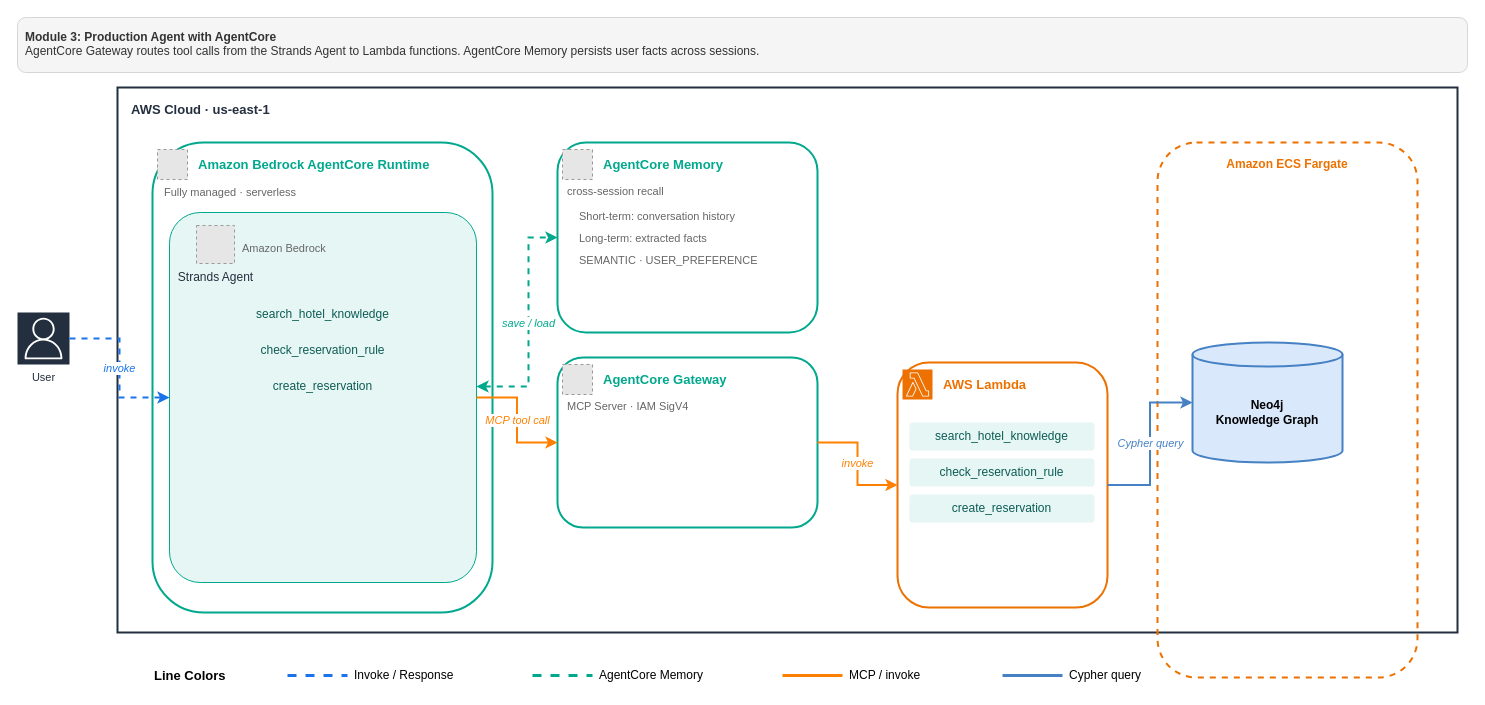
Earlier version of the draw.io diagram static/images/03-agentcore-architecture.drawio (neo4j-partners/neo4j-aws-graphrag-workshop). Source tidied: cells renumbered, new cells numbered last; positions are measured from the earlier drawing's top-left corner, leaving out a move shared by most shapes. Both pictures are drawn from the tidied source at 100%, with x=0, y=0 at pixel (17, 17). Pictures stored in the file or linked from it are replaced by grey dashed boxes.
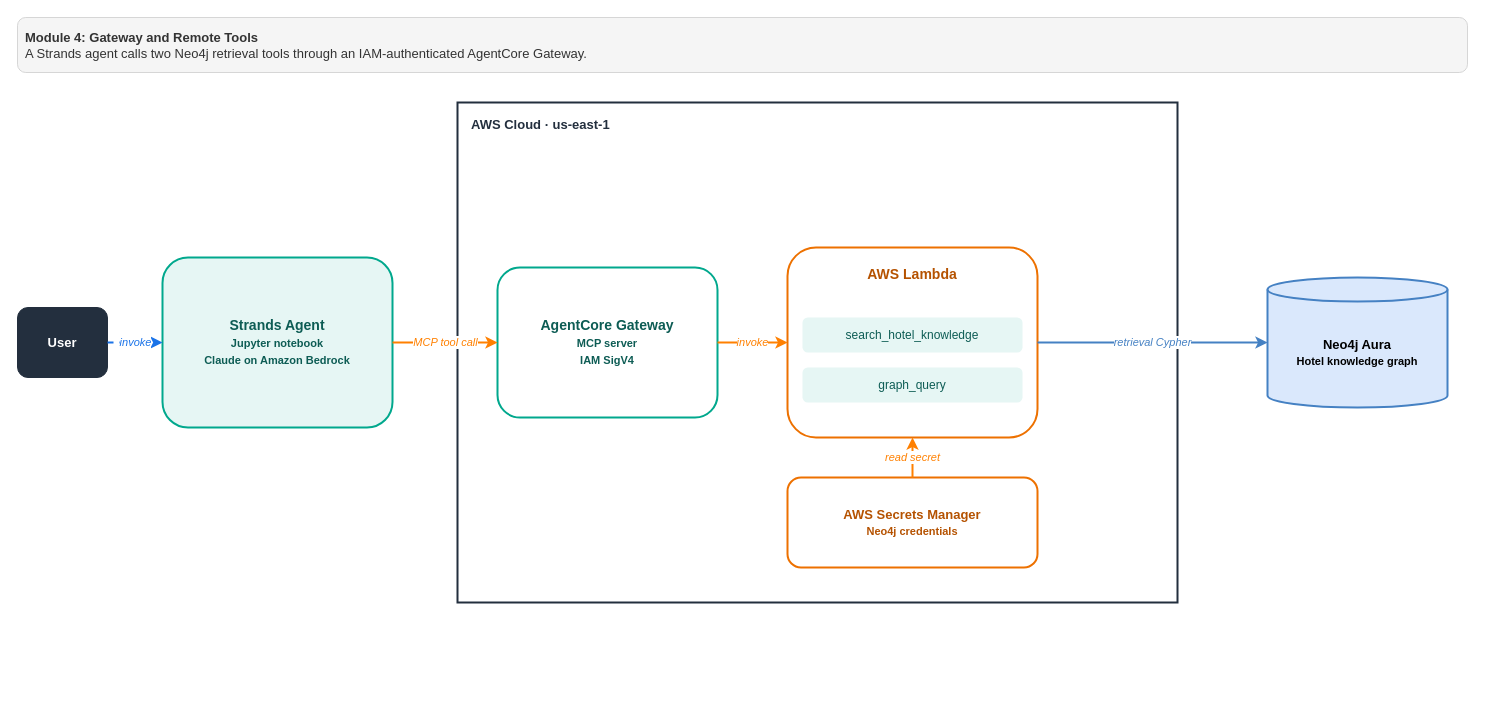
After the change.

The edit, as a diff of the source:
```diff
@@
-    <mxCell id="2" value="&lt;b&gt;Module 3: Production Agent with AgentCore&lt;/b&gt;&lt;br&gt;AgentCore Gateway routes tool calls from the Strands Agent to Lambda functions. AgentCore Memory persists user facts across sessions." style="text;html=1;whiteSpace=wrap;overflow=hidden;rounded=1;fillColor=#f5f5f5;fontColor=#333333;strokeColor=#d6d6d6;spacing=8;fontSize=12;" parent="1" vertex="1">
+    <mxCell id="2" value="&lt;b&gt;Module 4: Gateway and Remote Tools&lt;/b&gt;&lt;br&gt;A Strands agent calls two Neo4j retrieval tools through an IAM-authenticated AgentCore Gateway." style="text;html=1;whiteSpace=wrap;overflow=hidden;rounded=1;fillColor=#f5f5f5;fontColor=#333333;strokeColor=#d6d6d6;spacing=8;fontSize=13;" parent="1" vertex="1">
       <mxGeometry width="1450" height="55" as="geometry" />
     </mxCell>
     <mxCell id="3" value="AWS Cloud &amp;middot; us-east-1" style="rounded=0;whiteSpace=wrap;html=1;fillColor=none;strokeColor=#232F3E;strokeWidth=2;verticalAlign=top;align=left;spacingLeft=12;spacingTop=8;fontSize=13;fontStyle=1;fontColor=#232F3E;" parent="1" vertex="1">
-      <mxGeometry x="100" y="70" width="1340" height="545" as="geometry" />
+      <mxGeometry x="440" y="85" width="720" height="500" as="geometry" />
     </mxCell>
-    <mxCell id="4" value="User" style="sketch=0;outlineConnect=0;fontColor=#232F3E;fillColor=#232F3E;strokeColor=#ffffff;dashed=0;verticalLabelPosition=bottom;verticalAlign=top;align=center;html=1;fontSize=11;fontStyle=0;shape=mxgraph.aws4.resourceIcon;resIcon=mxgraph.aws4.user;" parent="1" vertex="1">
-      <mxGeometry y="295" width="52" height="52" as="geometry" />
+    <mxCell id="4" value="User" style="rounded=1;whiteSpace=wrap;html=1;fillColor=#232F3E;fontColor=#ffffff;strokeColor=#232F3E;fontSize=13;fontStyle=1;" parent="1" vertex="1">
+      <mxGeometry y="290" width="90" height="70" as="geometry" />
     </mxCell>
-    <mxCell id="5" value="Amazon Bedrock AgentCore Runtime" style="rounded=1;whiteSpace=wrap;html=1;fillColor=none;strokeColor=#01A88D;strokeWidth=2;verticalAlign=top;align=left;spacingLeft=44;spacingTop=8;fontSize=13;fontStyle=1;fontColor=#01A88D;" parent="1" vertex="1">
-      <mxGeometry x="135" y="125" width="340" height="470" as="geometry" />
-    </mxCell>
-    <mxCell id="6" style="fillColor=#E6E6E6;strokeColor=#999999;dashed=1;html=1;" parent="1" vertex="1">
-      <mxGeometry x="140" y="132" width="30" height="30" as="geometry" />
-    </mxCell>
-    <mxCell id="7" value="Fully managed &amp;middot; serverless" style="text;html=1;strokeColor=none;fillColor=none;align=left;verticalAlign=middle;fontSize=11;fontColor=#666666;" parent="1" vertex="1">
-      <mxGeometry x="145" y="165" width="250" height="20" as="geometry" />
-    </mxCell>
-    <mxCell id="8" style="rounded=1;whiteSpace=wrap;html=1;fillColor=#E6F6F4;strokeColor=#01A88D;strokeWidth=1;arcSize=10;verticalAlign=top;spacingTop=8;" parent="1" vertex="1">
-      <mxGeometry x="152" y="195" width="307" height="370" as="geometry" />
-    </mxCell>
-    <mxCell id="9" value="Strands Agent" style="fillColor=#E6E6E6;strokeColor=#999999;dashed=1;html=1;verticalLabelPosition=bottom;labelBackgroundColor=none;verticalAlign=top;fontSize=12;fontStyle=0;fontColor=#232F3E;" parent="1" vertex="1">
-      <mxGeometry x="179" y="208" width="38" height="38" as="geometry" />
-    </mxCell>
-    <mxCell id="10" value="Amazon Bedrock" style="text;html=1;strokeColor=none;fillColor=none;align=left;verticalAlign=middle;fontSize=11;fontColor=#666666;" parent="1" vertex="1">
-      <mxGeometry x="223" y="222" width="180" height="18" as="geometry" />
-    </mxCell>
+    <mxCell id="44" value="Strands Agent&lt;br&gt;&lt;font style=&quot;font-size: 11px;&quot;&gt;Jupyter notebook&lt;br&gt;Claude on Amazon Bedrock&lt;/font&gt;" style="rounded=1;whiteSpace=wrap;html=1;fillColor=#E6F6F4;strokeColor=#01A88D;strokeWidth=2;fontSize=14;fontStyle=1;fontColor=#0D5C54;" parent="1" vertex="1">
+      <mxGeometry x="145" y="240" width="230" height="170" as="geometry" />
+    </mxCell>
+    <mxCell id="45" value="AgentCore Gateway&lt;br&gt;&lt;font style=&quot;font-size: 11px;&quot;&gt;MCP server&lt;br&gt;IAM SigV4&lt;/font&gt;" style="rounded=1;whiteSpace=wrap;html=1;fillColor=#ffffff;strokeColor=#01A88D;strokeWidth=2;fontSize=14;fontStyle=1;fontColor=#0D5C54;" parent="1" vertex="1">
+      <mxGeometry x="480" y="250" width="220" height="150" as="geometry" />
+    </mxCell>
+    <mxCell id="23" value="AWS Lambda" style="rounded=1;whiteSpace=wrap;html=1;fillColor=#ffffff;strokeColor=#ED7100;strokeWidth=2;fontSize=14;fontStyle=1;fontColor=#B55200;verticalAlign=top;spacingTop=12;" parent="1" vertex="1">
+      <mxGeometry x="770" y="230" width="250" height="190" as="geometry" />
+    </mxCell>
-    <mxCell id="11" value="search_hotel_knowledge" style="rounded=1;whiteSpace=wrap;html=1;fillColor=#E6F6F4;strokeColor=none;fontSize=12;fontColor=#0D5C54;arcSize=12;" parent="1" vertex="1">
-      <mxGeometry x="163" y="283" width="285" height="28" as="geometry" />
+    <mxCell id="11" value="search_hotel_knowledge" style="rounded=1;whiteSpace=wrap;html=1;fillColor=#E6F6F4;strokeColor=none;fontSize=12;fontColor=#0D5C54;" parent="1" vertex="1">
+      <mxGeometry x="785" y="300" width="220" height="35" as="geometry" />
     </mxCell>
-    <mxCell id="12" value="check_reservation_rule" style="rounded=1;whiteSpace=wrap;html=1;fillColor=#E6F6F4;strokeColor=none;fontSize=12;fontColor=#0D5C54;arcSize=12;" parent="1" vertex="1">
-      <mxGeometry x="163" y="319" width="285" height="28" as="geometry" />
+    <mxCell id="12" value="graph_query" style="rounded=1;whiteSpace=wrap;html=1;fillColor=#E6F6F4;strokeColor=none;fontSize=12;fontColor=#0D5C54;" parent="1" vertex="1">
+      <mxGeometry x="785" y="350" width="220" height="35" as="geometry" />
     </mxCell>
-    <mxCell id="13" value="create_reservation" style="rounded=1;whiteSpace=wrap;html=1;fillColor=#E6F6F4;strokeColor=none;fontSize=12;fontColor=#0D5C54;arcSize=12;" parent="1" vertex="1">
-      <mxGeometry x="163" y="355" width="285" height="28" as="geometry" />
-    </mxCell>
-    <mxCell id="14" value="AgentCore Memory" style="rounded=1;whiteSpace=wrap;html=1;fillColor=none;strokeColor=#01A88D;strokeWidth=2;verticalAlign=top;align=left;spacingLeft=44;spacingTop=8;fontSize=13;fontStyle=1;fontColor=#01A88D;" parent="1" vertex="1">
-      <mxGeometry x="540" y="125" width="260" height="190" as="geometry" />
-    </mxCell>
-    <mxCell id="15" style="fillColor=#E6E6E6;strokeColor=#999999;dashed=1;html=1;" parent="1" vertex="1">
-      <mxGeometry x="545" y="132" width="30" height="30" as="geometry" />
-    </mxCell>
-    <mxCell id="16" value="cross-session recall" style="text;html=1;strokeColor=none;fillColor=none;align=left;verticalAlign=middle;fontSize=11;fontColor=#666666;" parent="1" vertex="1">
-      <mxGeometry x="548" y="165" width="220" height="18" as="geometry" />
-    </mxCell>
-    <mxCell id="17" value="Short-term: conversation history" style="text;html=1;strokeColor=none;fillColor=none;align=left;verticalAlign=middle;fontSize=11;fontColor=#666666;" parent="1" vertex="1">
-      <mxGeometry x="560" y="190" width="220" height="18" as="geometry" />
-    </mxCell>
-    <mxCell id="18" value="Long-term: extracted facts" style="text;html=1;strokeColor=none;fillColor=none;align=left;verticalAlign=middle;fontSize=11;fontColor=#666666;" parent="1" vertex="1">
-      <mxGeometry x="560" y="212" width="220" height="18" as="geometry" />
-    </mxCell>
-    <mxCell id="19" value="SEMANTIC &amp;middot; USER_PREFERENCE" style="text;html=1;strokeColor=none;fillColor=none;align=left;verticalAlign=middle;fontSize=11;fontColor=#666666;" parent="1" vertex="1">
-      <mxGeometry x="560" y="234" width="220" height="18" as="geometry" />
-    </mxCell>
-    <mxCell id="20" value="AgentCore Gateway" style="rounded=1;whiteSpace=wrap;html=1;fillColor=none;strokeColor=#01A88D;strokeWidth=2;verticalAlign=top;align=left;spacingLeft=44;spacingTop=8;fontSize=13;fontStyle=1;fontColor=#01A88D;" parent="1" vertex="1">
-      <mxGeometry x="540" y="340" width="260" height="170" as="geometry" />
-    </mxCell>
-    <mxCell id="21" style="fillColor=#E6E6E6;strokeColor=#999999;dashed=1;html=1;" parent="1" vertex="1">
-      <mxGeometry x="545" y="347" width="30" height="30" as="geometry" />
-    </mxCell>
-    <mxCell id="22" value="MCP Server &amp;middot; IAM SigV4" style="text;html=1;strokeColor=none;fillColor=none;align=left;verticalAlign=middle;fontSize=11;fontColor=#666666;" parent="1" vertex="1">
-      <mxGeometry x="548" y="380" width="220" height="18" as="geometry" />
-    </mxCell>
-    <mxCell id="23" value="AWS Lambda" style="rounded=1;whiteSpace=wrap;html=1;fillColor=none;strokeColor=#ED7100;strokeWidth=2;verticalAlign=top;align=left;spacingLeft=44;spacingTop=8;fontSize=13;fontStyle=1;fontColor=#ED7100;" parent="1" vertex="1">
-      <mxGeometry x="880" y="345" width="210" height="245" as="geometry" />
-    </mxCell>
-    <mxCell id="24" style="sketch=0;fontColor=#232F3E;fillColor=#ED7100;strokeColor=#ffffff;dashed=0;verticalLabelPosition=bottom;verticalAlign=top;align=center;html=1;fontSize=11;fontStyle=0;shape=mxgraph.aws4.resourceIcon;resIcon=mxgraph.aws4.lambda;" parent="1" vertex="1">
-      <mxGeometry x="885" y="352" width="30" height="30" as="geometry" />
-    </mxCell>
-    <mxCell id="25" value="search_hotel_knowledge" style="rounded=1;whiteSpace=wrap;html=1;fillColor=#E6F6F4;strokeColor=none;fontSize=12;fontColor=#0D5C54;arcSize=12;" parent="1" vertex="1">
-      <mxGeometry x="892" y="405" width="185" height="28" as="geometry" />
-    </mxCell>
-    <mxCell id="26" value="check_reservation_rule" style="rounded=1;whiteSpace=wrap;html=1;fillColor=#E6F6F4;strokeColor=none;fontSize=12;fontColor=#0D5C54;arcSize=12;" parent="1" vertex="1">
-      <mxGeometry x="892" y="441" width="185" height="28" as="geometry" />
-    </mxCell>
-    <mxCell id="27" value="create_reservation" style="rounded=1;whiteSpace=wrap;html=1;fillColor=#E6F6F4;strokeColor=none;fontSize=12;fontColor=#0D5C54;arcSize=12;" parent="1" vertex="1">
-      <mxGeometry x="892" y="477" width="185" height="28" as="geometry" />
-    </mxCell>
-    <mxCell id="28" value="Amazon ECS Fargate" style="rounded=1;whiteSpace=wrap;html=1;fillColor=none;strokeColor=#ED7100;strokeWidth=2;dashed=1;fontSize=12;fontStyle=1;fontColor=#ED7100;verticalAlign=top;spacingTop=8;" parent="1" vertex="1">
-      <mxGeometry x="1140" y="125" width="260" height="535" as="geometry" />
-    </mxCell>
+    <mxCell id="46" value="AWS Secrets Manager&lt;br&gt;&lt;font style=&quot;font-size: 11px;&quot;&gt;Neo4j credentials&lt;/font&gt;" style="rounded=1;whiteSpace=wrap;html=1;fillColor=#ffffff;strokeColor=#ED7100;strokeWidth=2;fontSize=13;fontStyle=1;fontColor=#B55200;" parent="1" vertex="1">
+      <mxGeometry x="770" y="460" width="250" height="90" as="geometry" />
+    </mxCell>
-    <mxCell id="29" value="Neo4j&lt;div&gt;Knowledge Graph&lt;/div&gt;" style="shape=cylinder3;whiteSpace=wrap;html=1;boundedLbl=1;backgroundOutline=1;size=12;fillColor=#dae8fc;strokeColor=#4581C3;strokeWidth=2;fontSize=12;fontStyle=1;" parent="1" vertex="1">
-      <mxGeometry x="1175" y="325" width="150" height="120" as="geometry" />
+    <mxCell id="29" value="Neo4j Aura&lt;br&gt;&lt;font style=&quot;font-size: 11px;&quot;&gt;Hotel knowledge graph&lt;/font&gt;" style="shape=cylinder3;whiteSpace=wrap;html=1;boundedLbl=1;backgroundOutline=1;size=12;fillColor=#dae8fc;strokeColor=#4581C3;strokeWidth=2;fontSize=13;fontStyle=1;" parent="1" vertex="1">
+      <mxGeometry x="1250" y="260" width="180" height="130" as="geometry" />
     </mxCell>
-    <mxCell id="30" value="invoke" style="edgeStyle=orthogonalEdgeStyle;rounded=0;html=1;dashed=1;endFill=1;strokeWidth=2;strokeColor=#1A73E8;fontSize=11;fontStyle=2;fontColor=#1A73E8;" parent="1" edge="1" source="4" target="8">
-      <mxGeometry relative="1" as="geometry" />
-    </mxCell>
-    <mxCell id="31" value="save / load" style="edgeStyle=orthogonalEdgeStyle;rounded=0;html=1;dashed=1;endFill=1;strokeWidth=2;strokeColor=#01A88D;startArrow=classic;startFill=1;fontSize=11;fontStyle=2;fontColor=#01A88D;" parent="1" edge="1" source="8" target="14">
-      <mxGeometry relative="1" as="geometry">
-        <Array as="points">
-          <mxPoint x="511" y="369" />
-          <mxPoint x="511" y="220" />
-        </Array>
-      </mxGeometry>
-    </mxCell>
+    <mxCell id="47" value="invoke" style="edgeStyle=orthogonalEdgeStyle;rounded=0;html=1;dashed=1;endArrow=classic;endFill=1;strokeWidth=2;strokeColor=#1A73E8;fontSize=11;fontStyle=2;fontColor=#1A73E8;" parent="1" edge="1" source="4" target="44">
+      <mxGeometry relative="1" as="geometry" />
+    </mxCell>
-    <mxCell id="32" value="MCP tool call" style="edgeStyle=orthogonalEdgeStyle;rounded=0;html=1;dashed=0;endFill=1;strokeWidth=2;strokeColor=#FF8000;fontSize=11;fontStyle=2;fontColor=#FF8000;" parent="1" edge="1" source="8" target="20">
+    <mxCell id="32" value="MCP tool call" style="edgeStyle=orthogonalEdgeStyle;rounded=0;html=1;endArrow=classic;endFill=1;strokeWidth=2;strokeColor=#FF8000;fontSize=11;fontStyle=2;fontColor=#FF8000;" parent="1" edge="1" source="44" target="45">
       <mxGeometry relative="1" as="geometry" />
     </mxCell>
-    <mxCell id="33" value="invoke" style="edgeStyle=orthogonalEdgeStyle;rounded=0;html=1;dashed=0;endFill=1;strokeWidth=2;strokeColor=#FF8000;fontSize=11;fontStyle=2;fontColor=#FF8000;" parent="1" edge="1" source="20" target="23">
-      <mxGeometry relative="1" as="geometry" />
-    </mxCell>
+    <mxCell id="48" value="invoke" style="edgeStyle=orthogonalEdgeStyle;rounded=0;html=1;endArrow=classic;endFill=1;strokeWidth=2;strokeColor=#FF8000;fontSize=11;fontStyle=2;fontColor=#FF8000;" parent="1" edge="1" source="45" target="23">
+      <mxGeometry relative="1" as="geometry" />
+    </mxCell>
+    <mxCell id="49" value="read secret" style="edgeStyle=orthogonalEdgeStyle;rounded=0;html=1;endArrow=classic;endFill=1;strokeWidth=2;strokeColor=#FF8000;fontSize=11;fontStyle=2;fontColor=#FF8000;" parent="1" edge="1" source="46" target="23">
+      <mxGeometry relative="1" as="geometry" />
+    </mxCell>
-    <mxCell id="34" value="Cypher query" style="edgeStyle=orthogonalEdgeStyle;rounded=0;html=1;dashed=0;endFill=1;strokeWidth=2;strokeColor=#4581C3;fontSize=11;fontStyle=2;fontColor=#4581C3;" parent="1" edge="1" source="23" target="29">
+    <mxCell id="34" value="retrieval Cypher" style="edgeStyle=orthogonalEdgeStyle;rounded=0;html=1;endArrow=classic;endFill=1;strokeWidth=2;strokeColor=#4581C3;fontSize=11;fontStyle=2;fontColor=#4581C3;" parent="1" edge="1" source="23" target="29">
       <mxGeometry relative="1" as="geometry" />
     </mxCell>
-    <mxCell id="35" value="Line Colors" style="text;html=1;strokeColor=none;fillColor=none;align=left;verticalAlign=middle;fontSize=13;fontStyle=1;" parent="1" vertex="1">
-      <mxGeometry x="135" y="645" width="120" height="25" as="geometry" />
-    </mxCell>
-    <mxCell id="36" style="edgeStyle=none;html=1;strokeColor=#1A73E8;strokeWidth=3;dashed=1;endArrow=none;" parent="1" edge="1">
-      <mxGeometry relative="1" as="geometry">
-        <mxPoint x="270" y="658" as="sourcePoint" />
-        <mxPoint x="330" y="658" as="targetPoint" />
-      </mxGeometry>
-    </mxCell>
-    <mxCell id="37" value="Invoke / Response" style="text;html=1;strokeColor=none;fillColor=none;align=left;verticalAlign=middle;fontSize=12;" parent="1" vertex="1">
-      <mxGeometry x="335" y="647" width="160" height="22" as="geometry" />
-    </mxCell>
-    <mxCell id="38" style="edgeStyle=none;html=1;strokeColor=#01A88D;strokeWidth=3;dashed=1;endArrow=none;" parent="1" edge="1">
-      <mxGeometry relative="1" as="geometry">
-        <mxPoint x="515" y="658" as="sourcePoint" />
-        <mxPoint x="575" y="658" as="targetPoint" />
-      </mxGeometry>
-    </mxCell>
-    <mxCell id="39" value="AgentCore Memory" style="text;html=1;strokeColor=none;fillColor=none;align=left;verticalAlign=middle;fontSize=12;" parent="1" vertex="1">
-      <mxGeometry x="580" y="647" width="160" height="22" as="geometry" />
-    </mxCell>
-    <mxCell id="40" style="edgeStyle=none;html=1;strokeColor=#FF8000;strokeWidth=3;dashed=0;endArrow=none;" parent="1" edge="1">
-      <mxGeometry relative="1" as="geometry">
-        <mxPoint x="765" y="658" as="sourcePoint" />
-        <mxPoint x="825" y="658" as="targetPoint" />
-      </mxGeometry>
-    </mxCell>
-    <mxCell id="41" value="MCP / invoke" style="text;html=1;strokeColor=none;fillColor=none;align=left;verticalAlign=middle;fontSize=12;" parent="1" vertex="1">
-      <mxGeometry x="830" y="647" width="130" height="22" as="geometry" />
-    </mxCell>
-    <mxCell id="42" style="edgeStyle=none;html=1;strokeColor=#4581C3;strokeWidth=3;dashed=0;endArrow=none;" parent="1" edge="1">
-      <mxGeometry relative="1" as="geometry">
-        <mxPoint x="985" y="658" as="sourcePoint" />
-        <mxPoint x="1045" y="658" as="targetPoint" />
-      </mxGeometry>
-    </mxCell>
-    <mxCell id="43" value="Cypher query" style="text;html=1;strokeColor=none;fillColor=none;align=left;verticalAlign=middle;fontSize=12;" parent="1" vertex="1">
-      <mxGeometry x="1050" y="647" width="130" height="22" as="geometry" />
-    </mxCell>
```
